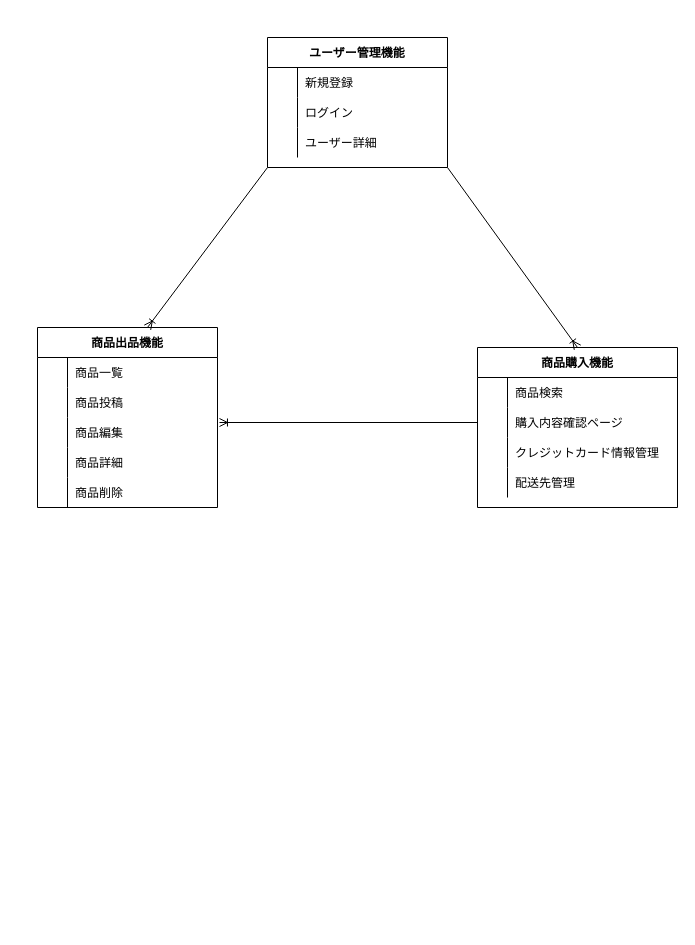
The draw.io diagram test.dio in aimi-conforti/furima-36699, before the edit. Source tidied: cells renumbered, new cells numbered last; positions are measured from the earlier drawing's top-left corner, leaving out a move shared by most shapes. Both pictures are drawn from the tidied source at 100%, with x=0, y=0 at pixel (37, 37).
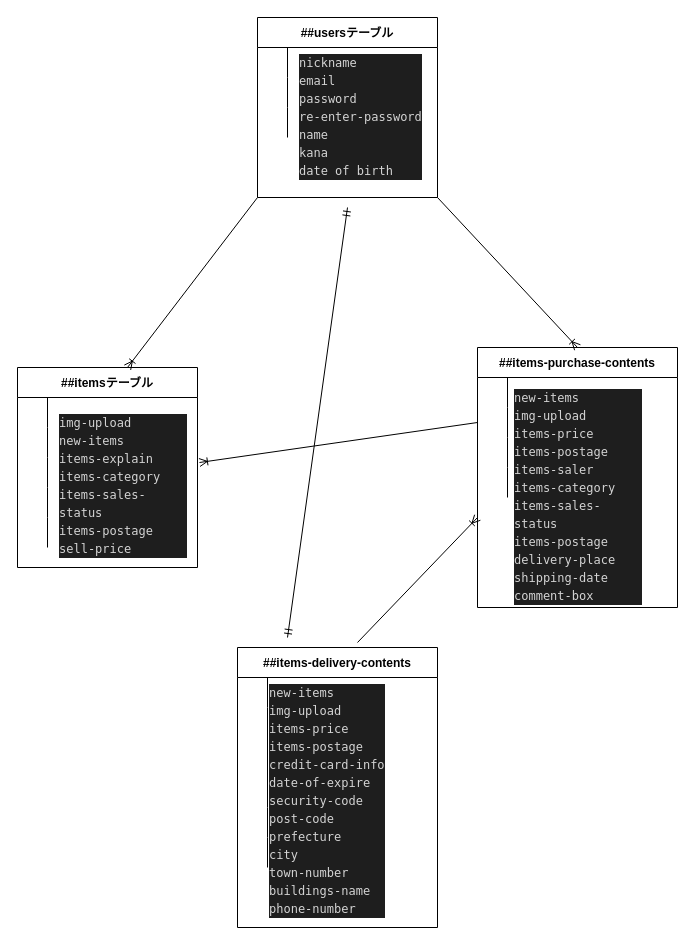
The same diagram, later.

Unchanged cells that the change refers to:
```xml
<mxCell id="3" style="shape=partialRectangle;fillColor=none;top=0;left=0;bottom=0;right=0;" parent="2" vertex="1">
  <mxGeometry y="30" width="200" height="30" as="geometry" />
</mxCell>
<mxCell id="6" style="shape=partialRectangle;fillColor=none;top=0;left=0;bottom=0;right=0;points=[[0,0.5],[1,0.5]];portConstraint=eastwest;" parent="2" vertex="1">
  <mxGeometry y="60" width="200" height="30" as="geometry" />
</mxCell>
<mxCell id="9" style="shape=partialRectangle;fillColor=none;top=0;left=0;bottom=0;right=0;" parent="2" vertex="1">
  <mxGeometry y="90" width="200" height="30" as="geometry" />
</mxCell>
<mxCell id="12" style="shape=partialRectangle;fillColor=none;top=0;left=0;bottom=0;right=0;" parent="2" vertex="1">
  <mxGeometry y="120" width="200" height="30" as="geometry" />
</mxCell>
<mxCell id="16" style="shape=partialRectangle;fillColor=none;top=0;left=0;bottom=0;right=0;" parent="15" vertex="1">
  <mxGeometry y="30" width="180" height="30" as="geometry" />
</mxCell>
<mxCell id="19" style="shape=partialRectangle;fillColor=none;top=0;left=0;bottom=0;right=0;" parent="15" vertex="1">
  <mxGeometry y="60" width="180" height="30" as="geometry" />
</mxCell>
<mxCell id="22" style="shape=partialRectangle;fillColor=none;top=0;left=0;bottom=0;right=0;points=[[0,0.5],[1,0.5]];portConstraint=eastwest;" parent="15" vertex="1">
  <mxGeometry y="90" width="180" height="30" as="geometry" />
</mxCell>
<mxCell id="25" style="shape=partialRectangle;fillColor=none;top=0;left=0;bottom=0;right=0;" parent="15" vertex="1">
  <mxGeometry y="120" width="180" height="30" as="geometry" />
</mxCell>
<mxCell id="28" style="shape=partialRectangle;fillColor=none;top=0;left=0;bottom=0;right=0;" parent="15" vertex="1">
  <mxGeometry y="150" width="180" height="30" as="geometry" />
</mxCell>
<mxCell id="34" style="shape=partialRectangle;fillColor=none;top=0;left=0;bottom=0;right=0;" parent="33" vertex="1">
  <mxGeometry y="30" width="180" height="30" as="geometry" />
</mxCell>
<mxCell id="37" style="shape=partialRectangle;fillColor=none;top=0;left=0;bottom=0;right=0;" parent="33" vertex="1">
  <mxGeometry y="60" width="180" height="30" as="geometry" />
</mxCell>
<mxCell id="40" style="shape=partialRectangle;fillColor=none;top=0;left=0;bottom=0;right=0;" parent="33" vertex="1">
  <mxGeometry y="90" width="180" height="30" as="geometry" />
</mxCell>
```

Change to the diagram source:
```diff
@@
-    <mxCell id="2" value="商品購入機能" style="shape=table;startSize=30;childLayout=tableLayout;rowLines=0;fontStyle=1;align=center;" parent="1" vertex="1">
-      <mxGeometry x="440" y="310" width="200" height="160" as="geometry" />
+    <mxCell id="2" value="##items-purchase-contents" style="shape=table;startSize=30;childLayout=tableLayout;rowLines=0;fontStyle=1;align=center;" parent="1" vertex="1">
+      <mxGeometry x="440" y="310" width="200" height="260" as="geometry" />
     </mxCell>
@@
-    <mxCell id="5" value="商品検索" style="shape=partialRectangle;fillColor=none;top=0;left=0;bottom=0;right=0;align=left;spacingLeft=6;overflow=hidden;" parent="3" vertex="1">
+    <mxCell id="5" style="shape=partialRectangle;fillColor=none;top=0;left=0;bottom=0;right=0;align=left;spacingLeft=6;overflow=hidden;" parent="3" vertex="1">
       <mxGeometry x="30" width="170" height="30" as="geometry" />
     </mxCell>
@@
-    <mxCell id="8" value="購入内容確認ページ" style="shape=partialRectangle;fillColor=none;top=0;left=0;bottom=0;right=0;align=left;spacingLeft=6;overflow=hidden;" parent="6" vertex="1">
+    <mxCell id="8" style="shape=partialRectangle;fillColor=none;top=0;left=0;bottom=0;right=0;align=left;spacingLeft=6;overflow=hidden;" parent="6" vertex="1">
       <mxGeometry x="30" width="170" height="30" as="geometry" />
     </mxCell>
@@
-    <mxCell id="11" value="クレジットカード情報管理" style="shape=partialRectangle;fillColor=none;top=0;left=0;bottom=0;right=0;align=left;spacingLeft=6;overflow=hidden;" parent="9" vertex="1">
+    <mxCell id="11" style="shape=partialRectangle;fillColor=none;top=0;left=0;bottom=0;right=0;align=left;spacingLeft=6;overflow=hidden;" parent="9" vertex="1">
       <mxGeometry x="30" width="170" height="30" as="geometry" />
     </mxCell>
@@
-    <mxCell id="14" value="配送先管理" style="shape=partialRectangle;fillColor=none;top=0;left=0;bottom=0;right=0;align=left;spacingLeft=6;overflow=hidden;" parent="12" vertex="1">
+    <mxCell id="14" style="shape=partialRectangle;fillColor=none;top=0;left=0;bottom=0;right=0;align=left;spacingLeft=6;overflow=hidden;" parent="12" vertex="1">
       <mxGeometry x="30" width="170" height="30" as="geometry" />
     </mxCell>
-    <mxCell id="15" value="商品出品機能" style="shape=table;startSize=30;childLayout=tableLayout;rowLines=0;fontStyle=1;align=center;" parent="1" vertex="1">
-      <mxGeometry y="290" width="180" height="180" as="geometry" />
+    <mxCell id="15" value="##itemsテーブル" style="shape=table;startSize=30;childLayout=tableLayout;rowLines=0;fontStyle=1;align=center;" parent="1" vertex="1">
+      <mxGeometry x="-20" y="330" width="180" height="200" as="geometry" />
     </mxCell>
@@
-    <mxCell id="18" value="商品一覧" style="shape=partialRectangle;fillColor=none;top=0;left=0;bottom=0;right=0;align=left;spacingLeft=6;overflow=hidden;" parent="16" vertex="1">
+    <mxCell id="18" style="shape=partialRectangle;fillColor=none;top=0;left=0;bottom=0;right=0;align=left;spacingLeft=6;overflow=hidden;" parent="16" vertex="1">
       <mxGeometry x="30" width="150" height="30" as="geometry" />
     </mxCell>
@@
-    <mxCell id="21" value="商品投稿" style="shape=partialRectangle;fillColor=none;top=0;left=0;bottom=0;right=0;align=left;spacingLeft=6;overflow=hidden;" parent="19" vertex="1">
+    <mxCell id="21" style="shape=partialRectangle;fillColor=none;top=0;left=0;bottom=0;right=0;align=left;spacingLeft=6;overflow=hidden;" parent="19" vertex="1">
       <mxGeometry x="30" width="150" height="30" as="geometry" />
     </mxCell>
@@
-    <mxCell id="24" value="商品編集" style="shape=partialRectangle;fillColor=none;top=0;left=0;bottom=0;right=0;align=left;spacingLeft=6;overflow=hidden;" parent="22" vertex="1">
+    <mxCell id="24" style="shape=partialRectangle;fillColor=none;top=0;left=0;bottom=0;right=0;align=left;spacingLeft=6;overflow=hidden;" parent="22" vertex="1">
       <mxGeometry x="30" width="150" height="30" as="geometry" />
     </mxCell>
@@
-    <mxCell id="27" value="商品詳細" style="shape=partialRectangle;fillColor=none;top=0;left=0;bottom=0;right=0;align=left;spacingLeft=6;overflow=hidden;" parent="25" vertex="1">
+    <mxCell id="27" style="shape=partialRectangle;fillColor=none;top=0;left=0;bottom=0;right=0;align=left;spacingLeft=6;overflow=hidden;" parent="25" vertex="1">
       <mxGeometry x="30" width="150" height="30" as="geometry" />
     </mxCell>
@@
-    <mxCell id="30" value="商品削除" style="shape=partialRectangle;fillColor=none;top=0;left=0;bottom=0;right=0;align=left;spacingLeft=6;overflow=hidden;" parent="28" vertex="1">
+    <mxCell id="30" style="shape=partialRectangle;fillColor=none;top=0;left=0;bottom=0;right=0;align=left;spacingLeft=6;overflow=hidden;" parent="28" vertex="1">
       <mxGeometry x="30" width="150" height="30" as="geometry" />
     </mxCell>
@@
-    <mxCell id="33" value="ユーザー管理機能" style="shape=table;startSize=30;childLayout=tableLayout;rowLines=0;fontStyle=1;align=center;" parent="1" vertex="1">
-      <mxGeometry x="230" width="180" height="130" as="geometry" />
+    <mxCell id="33" value="##usersテーブル" style="shape=table;startSize=30;childLayout=tableLayout;rowLines=0;fontStyle=1;align=center;" parent="1" vertex="1">
+      <mxGeometry x="220" y="-20" width="180" height="180" as="geometry" />
     </mxCell>
@@
-    <mxCell id="36" value="新規登録" style="shape=partialRectangle;fillColor=none;top=0;left=0;bottom=0;right=0;align=left;spacingLeft=6;overflow=hidden;" parent="34" vertex="1">
+    <mxCell id="36" style="shape=partialRectangle;fillColor=none;top=0;left=0;bottom=0;right=0;align=left;spacingLeft=6;overflow=hidden;" parent="34" vertex="1">
       <mxGeometry x="30" width="150" height="30" as="geometry" />
     </mxCell>
@@
-    <mxCell id="39" value="ログイン" style="shape=partialRectangle;fillColor=none;top=0;left=0;bottom=0;right=0;align=left;spacingLeft=6;overflow=hidden;" parent="37" vertex="1">
+    <mxCell id="39" style="shape=partialRectangle;fillColor=none;top=0;left=0;bottom=0;right=0;align=left;spacingLeft=6;overflow=hidden;" parent="37" vertex="1">
       <mxGeometry x="30" width="150" height="30" as="geometry" />
     </mxCell>
@@
-    <mxCell id="42" value="ユーザー詳細" style="shape=partialRectangle;fillColor=none;top=0;left=0;bottom=0;right=0;align=left;spacingLeft=6;overflow=hidden;" parent="40" vertex="1">
+    <mxCell id="42" style="shape=partialRectangle;fillColor=none;top=0;left=0;bottom=0;right=0;align=left;spacingLeft=6;overflow=hidden;" parent="40" vertex="1">
       <mxGeometry x="30" width="150" height="30" as="geometry" />
     </mxCell>
@@
+    <mxCell id="44" value="&lt;div style=&quot;color: rgb(212 , 212 , 212) ; background-color: rgb(30 , 30 , 30) ; font-family: &amp;#34;menlo&amp;#34; , &amp;#34;monaco&amp;#34; , &amp;#34;courier new&amp;#34; , monospace ; font-weight: normal ; font-size: 12px ; line-height: 18px&quot;&gt;&lt;div&gt;&lt;span style=&quot;color: #d4d4d4&quot;&gt;nickname&lt;/span&gt;&lt;/div&gt;&lt;div&gt;&lt;span style=&quot;color: #d4d4d4&quot;&gt;email&lt;/span&gt;&lt;/div&gt;&lt;div&gt;&lt;span style=&quot;color: #d4d4d4&quot;&gt;password&lt;/span&gt;&lt;/div&gt;&lt;div&gt;&lt;span style=&quot;color: #d4d4d4&quot;&gt;re-enter-password&lt;/span&gt;&lt;/div&gt;&lt;div&gt;&lt;span style=&quot;color: #d4d4d4&quot;&gt;name&amp;nbsp;&lt;/span&gt;&lt;/div&gt;&lt;div&gt;&lt;span style=&quot;color: #d4d4d4&quot;&gt;kana&lt;/span&gt;&lt;/div&gt;&lt;div&gt;&lt;span style=&quot;color: #d4d4d4&quot;&gt;date of birth&lt;/span&gt;&lt;/div&gt;&lt;/div&gt;" style="text;whiteSpace=wrap;html=1;" parent="1" vertex="1">
+      <mxGeometry x="260" y="10" width="130" height="140" as="geometry" />
+    </mxCell>
+    <mxCell id="45" value="&lt;div style=&quot;color: rgb(212 , 212 , 212) ; background-color: rgb(30 , 30 , 30) ; font-family: &amp;#34;menlo&amp;#34; , &amp;#34;monaco&amp;#34; , &amp;#34;courier new&amp;#34; , monospace ; font-weight: normal ; font-size: 12px ; line-height: 18px&quot;&gt;&lt;div&gt;&lt;span style=&quot;color: #d4d4d4&quot;&gt;img-upload&lt;/span&gt;&lt;/div&gt;&lt;div&gt;&lt;span style=&quot;color: #d4d4d4&quot;&gt;new-items&lt;/span&gt;&lt;/div&gt;&lt;div&gt;&lt;span style=&quot;color: #d4d4d4&quot;&gt;items-explain&lt;/span&gt;&lt;/div&gt;&lt;div&gt;&lt;span style=&quot;color: #d4d4d4&quot;&gt;items-category&lt;/span&gt;&lt;/div&gt;&lt;div&gt;&lt;span style=&quot;color: #d4d4d4&quot;&gt;items-sales-status&lt;/span&gt;&lt;/div&gt;&lt;div&gt;&lt;span style=&quot;color: #d4d4d4&quot;&gt;items-postage&lt;/span&gt;&lt;/div&gt;&lt;div&gt;&lt;span style=&quot;color: #d4d4d4&quot;&gt;sell-price&lt;/span&gt;&lt;/div&gt;&lt;/div&gt;" style="text;whiteSpace=wrap;html=1;" parent="1" vertex="1">
+      <mxGeometry x="20" y="370" width="130" height="140" as="geometry" />
+    </mxCell>
+    <mxCell id="46" value="&lt;div style=&quot;color: rgb(212 , 212 , 212) ; background-color: rgb(30 , 30 , 30) ; font-family: &amp;#34;menlo&amp;#34; , &amp;#34;monaco&amp;#34; , &amp;#34;courier new&amp;#34; , monospace ; font-weight: normal ; font-size: 12px ; line-height: 18px&quot;&gt;&lt;div&gt;&lt;span style=&quot;color: #d4d4d4&quot;&gt;new-items&lt;/span&gt;&lt;/div&gt;&lt;div&gt;&lt;span style=&quot;color: #d4d4d4&quot;&gt;img-upload&lt;/span&gt;&lt;/div&gt;&lt;div&gt;&lt;span style=&quot;color: #d4d4d4&quot;&gt;items-price&lt;/span&gt;&lt;/div&gt;&lt;div&gt;&lt;span style=&quot;color: #d4d4d4&quot;&gt;items-postage&lt;/span&gt;&lt;/div&gt;&lt;div&gt;&lt;span style=&quot;color: #d4d4d4&quot;&gt;items-saler&lt;/span&gt;&lt;/div&gt;&lt;div&gt;&lt;span style=&quot;color: #d4d4d4&quot;&gt;items-category&lt;/span&gt;&lt;/div&gt;&lt;div&gt;&lt;span style=&quot;color: #d4d4d4&quot;&gt;items-sales-status&lt;/span&gt;&lt;/div&gt;&lt;div&gt;&lt;span style=&quot;color: #d4d4d4&quot;&gt;items-postage&lt;/span&gt;&lt;/div&gt;&lt;div&gt;&lt;span style=&quot;color: #d4d4d4&quot;&gt;delivery-place&lt;/span&gt;&lt;/div&gt;&lt;div&gt;&lt;span style=&quot;color: #d4d4d4&quot;&gt;shipping-date&lt;/span&gt;&lt;/div&gt;&lt;div&gt;&lt;span style=&quot;color: #d4d4d4&quot;&gt;comment-box&lt;/span&gt;&lt;/div&gt;&lt;/div&gt;" style="text;whiteSpace=wrap;html=1;" parent="1" vertex="1">
+      <mxGeometry x="475" y="345" width="130" height="210" as="geometry" />
+    </mxCell>
+    <mxCell id="47" value="##items-delivery-contents" style="shape=table;startSize=30;childLayout=tableLayout;rowLines=0;fontStyle=1;align=center;" parent="1" vertex="1">
+      <mxGeometry x="200" y="610" width="200" height="280" as="geometry" />
+    </mxCell>
+    <mxCell id="48" style="shape=partialRectangle;fillColor=none;top=0;left=0;bottom=0;right=0;" parent="47" vertex="1">
+      <mxGeometry y="30" width="200" height="30" as="geometry" />
+    </mxCell>
+    <mxCell id="49" style="shape=partialRectangle;fillColor=none;top=0;left=0;bottom=0;right=0;overflow=hidden;" parent="48" vertex="1">
+      <mxGeometry width="30" height="30" as="geometry" />
+    </mxCell>
+    <mxCell id="50" style="shape=partialRectangle;fillColor=none;top=0;left=0;bottom=0;right=0;align=left;spacingLeft=6;overflow=hidden;" parent="48" vertex="1">
+      <mxGeometry x="30" width="170" height="30" as="geometry" />
+    </mxCell>
+    <mxCell id="51" style="shape=partialRectangle;fillColor=none;top=0;left=0;bottom=0;right=0;" parent="47" vertex="1">
+      <mxGeometry y="60" width="200" height="100" as="geometry" />
+    </mxCell>
+    <mxCell id="52" style="shape=partialRectangle;fillColor=none;top=0;left=0;bottom=0;right=0;overflow=hidden;" parent="51" vertex="1">
+      <mxGeometry width="30" height="100" as="geometry" />
+    </mxCell>
+    <mxCell id="53" style="shape=partialRectangle;fillColor=none;top=0;left=0;bottom=0;right=0;align=left;spacingLeft=6;overflow=hidden;" parent="51" vertex="1">
+      <mxGeometry x="30" width="170" height="100" as="geometry" />
+    </mxCell>
+    <mxCell id="54" style="shape=partialRectangle;fillColor=none;top=0;left=0;bottom=0;right=0;" parent="47" vertex="1">
+      <mxGeometry y="160" width="200" height="30" as="geometry" />
+    </mxCell>
+    <mxCell id="55" style="shape=partialRectangle;fillColor=none;top=0;left=0;bottom=0;right=0;overflow=hidden;" parent="54" vertex="1">
+      <mxGeometry width="30" height="30" as="geometry" />
+    </mxCell>
+    <mxCell id="56" style="shape=partialRectangle;fillColor=none;top=0;left=0;bottom=0;right=0;align=left;spacingLeft=6;overflow=hidden;" parent="54" vertex="1">
+      <mxGeometry x="30" width="170" height="30" as="geometry" />
+    </mxCell>
+    <mxCell id="57" style="shape=partialRectangle;fillColor=none;top=0;left=0;bottom=0;right=0;" parent="47" vertex="1">
+      <mxGeometry y="190" width="200" height="30" as="geometry" />
+    </mxCell>
+    <mxCell id="58" style="shape=partialRectangle;fillColor=none;top=0;left=0;bottom=0;right=0;overflow=hidden;" parent="57" vertex="1">
+      <mxGeometry width="30" height="30" as="geometry" />
+    </mxCell>
+    <mxCell id="59" style="shape=partialRectangle;fillColor=none;top=0;left=0;bottom=0;right=0;align=left;spacingLeft=6;overflow=hidden;" parent="57" vertex="1">
+      <mxGeometry x="30" width="170" height="30" as="geometry" />
+    </mxCell>
+    <mxCell id="60" value="&lt;div style=&quot;color: rgb(212 , 212 , 212) ; background-color: rgb(30 , 30 , 30) ; font-family: &amp;#34;menlo&amp;#34; , &amp;#34;monaco&amp;#34; , &amp;#34;courier new&amp;#34; , monospace ; font-weight: normal ; font-size: 12px ; line-height: 18px&quot;&gt;&lt;div&gt;&lt;span style=&quot;color: #d4d4d4&quot;&gt;new-items&lt;/span&gt;&lt;/div&gt;&lt;div&gt;&lt;span style=&quot;color: #d4d4d4&quot;&gt;img-upload&lt;/span&gt;&lt;/div&gt;&lt;div&gt;&lt;span style=&quot;color: #d4d4d4&quot;&gt;items-price&lt;/span&gt;&lt;/div&gt;&lt;div&gt;&lt;span style=&quot;color: #d4d4d4&quot;&gt;items-postage&lt;/span&gt;&lt;/div&gt;&lt;div&gt;&lt;span style=&quot;color: #d4d4d4&quot;&gt;credit-card-info&lt;/span&gt;&lt;/div&gt;&lt;div&gt;&lt;span style=&quot;color: #d4d4d4&quot;&gt;date-of-expire&lt;/span&gt;&lt;/div&gt;&lt;div&gt;&lt;span style=&quot;color: #d4d4d4&quot;&gt;security-code&lt;/span&gt;&lt;/div&gt;&lt;div&gt;&lt;span style=&quot;color: #d4d4d4&quot;&gt;post-code&lt;/span&gt;&lt;/div&gt;&lt;div&gt;&lt;span style=&quot;color: #d4d4d4&quot;&gt;prefecture&lt;/span&gt;&lt;/div&gt;&lt;div&gt;&lt;span style=&quot;color: #d4d4d4&quot;&gt;city&lt;/span&gt;&lt;/div&gt;&lt;div&gt;&lt;span style=&quot;color: #d4d4d4&quot;&gt;town-number&lt;/span&gt;&lt;/div&gt;&lt;div&gt;&lt;span style=&quot;color: #d4d4d4&quot;&gt;buildings-name&lt;/span&gt;&lt;/div&gt;&lt;div&gt;&lt;span style=&quot;color: #d4d4d4&quot;&gt;phone-number&lt;/span&gt;&lt;/div&gt;&lt;/div&gt;" style="text;whiteSpace=wrap;html=1;" parent="1" vertex="1">
+      <mxGeometry x="230" y="640" width="120" height="250" as="geometry" />
+    </mxCell>
+    <mxCell id="61" style="fontSize=12;html=1;endArrow=ERoneToMany;" parent="1" edge="1">
+      <mxGeometry relative="1" as="geometry">
+        <mxPoint x="320" y="605" as="sourcePoint" />
+        <mxPoint x="440" y="480" as="targetPoint" />
+      </mxGeometry>
+    </mxCell>
+    <mxCell id="62" style="fontSize=12;html=1;endArrow=ERmandOne;startArrow=ERmandOne;" parent="1" edge="1">
+      <mxGeometry relative="1" as="geometry">
+        <mxPoint x="250" y="600" as="sourcePoint" />
+        <mxPoint x="310" y="170" as="targetPoint" />
+      </mxGeometry>
+    </mxCell>
```
